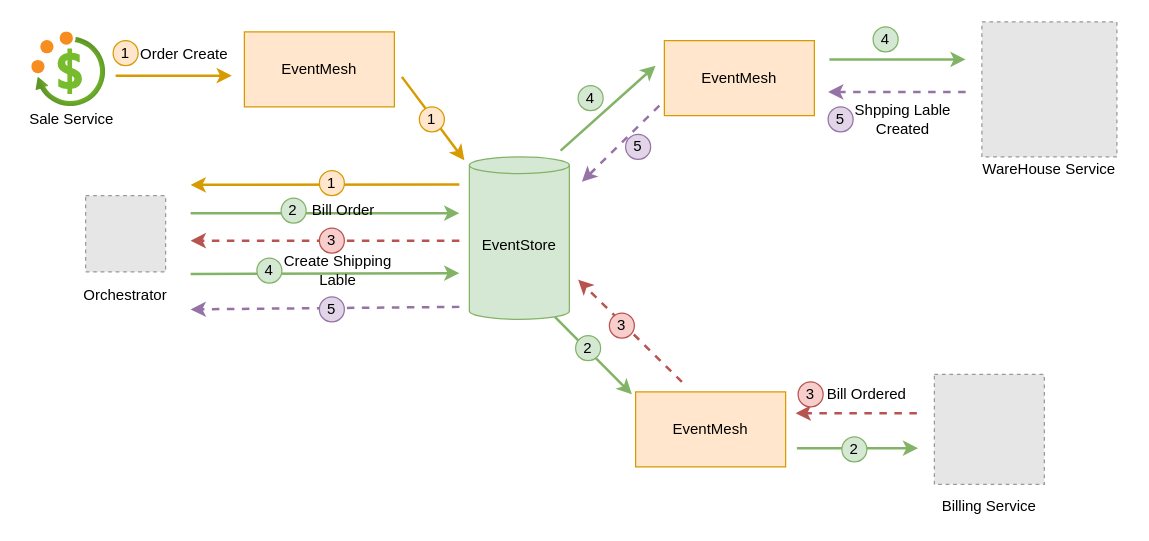
Before: page "Page-11" (12 of 15) of eventmesh-multi-runtime.drawio in apache/eventmesh-site, a draw.io diagram. Source tidied: cells renumbered, new cells numbered last; positions are measured from the earlier drawing's top-left corner, leaving out a move shared by most shapes. Both pictures are drawn from the tidied source at 125%, with x=0, y=0 at pixel (21, 21). Pictures stored in the file or linked from it are replaced by grey dashed boxes.
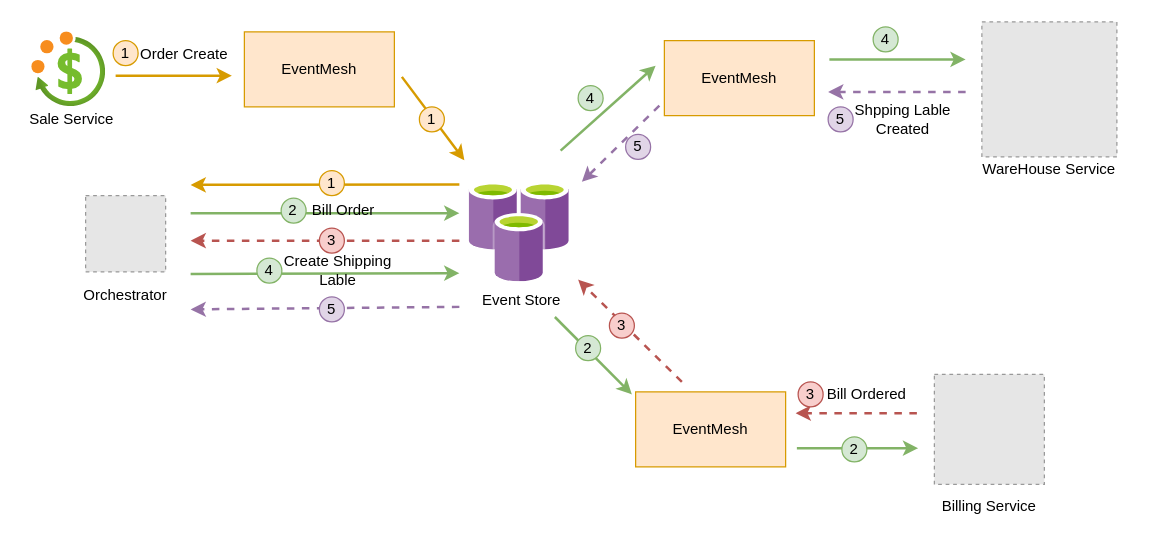
The same page after the edit.

Diff of the diagram source:
```diff
@@
-    <mxCell id="2" style="edgeStyle=none;rounded=0;jettySize=auto;html=1;fillColor=#d5e8d4;strokeColor=#82b366;strokeWidth=2;exitX=0.855;exitY=1;exitDx=0;exitDy=-1.9333392333984374;exitPerimeter=0;" parent="1" edge="1" source="32">
+    <mxCell id="2" style="edgeStyle=none;rounded=0;orthogonalLoop=1;jettySize=auto;html=1;fillColor=#d5e8d4;strokeColor=#82b366;strokeWidth=2;exitX=0.855;exitY=1;exitDx=0;exitDy=-1.9333392333984374;exitPerimeter=0;" parent="1" edge="1">
       <mxGeometry relative="1" as="geometry">
+        <mxPoint x="426.4" y="236.1" as="sourcePoint" />
         <mxPoint x="488" y="298" as="targetPoint" />
       </mxGeometry>
     </mxCell>
@@
-    <mxCell id="32" value="EventStore" style="shape=cylinder3;whiteSpace=wrap;html=1;boundedLbl=1;backgroundOutline=1;size=6.66668701171875;strokeColor=#82b366;strokeWidth=1;fillColor=#d5e8d4;" parent="1" vertex="1">
-      <mxGeometry x="358" y="108" width="80" height="130" as="geometry" />
-    </mxCell>
@@
+    <mxCell id="51" style="html=1;align=center;image;fontSize=12;image=img/lib/mscae/Azure_Cache_for_Redis.svg;" parent="1" vertex="1">
+      <mxGeometry x="358" y="128" width="80" height="80" as="geometry" />
+    </mxCell>
+    <mxCell id="52" value="Event Store" style="text;html=1;strokeColor=none;fillColor=none;align=center;verticalAlign=middle;whiteSpace=wrap;rounded=0;" parent="1" vertex="1">
+      <mxGeometry x="337" y="213" width="126" height="20" as="geometry" />
+    </mxCell>
```
